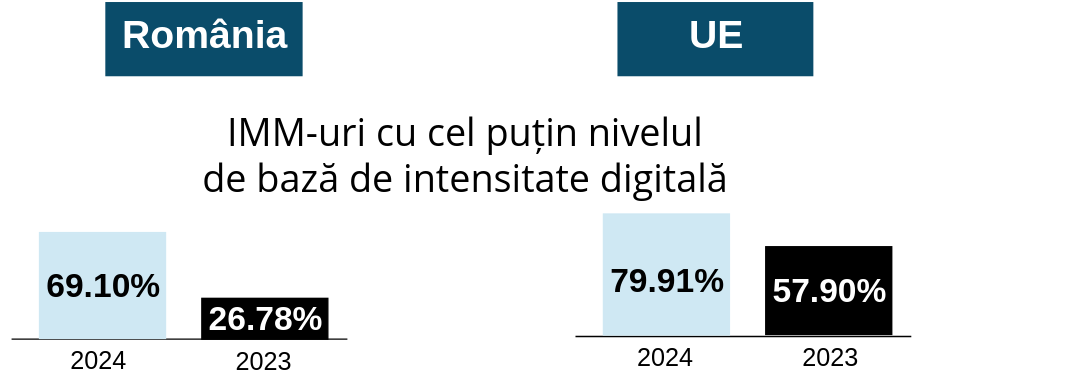
Before: imagini/IMM-Desi.svg, a diagram exported from draw.io (CozminaSecula/IA-Intro-Public). Source tidied: cells renumbered, new cells last; positions are measured from the earlier drawing's top-left corner, leaving out a move shared by most shapes.
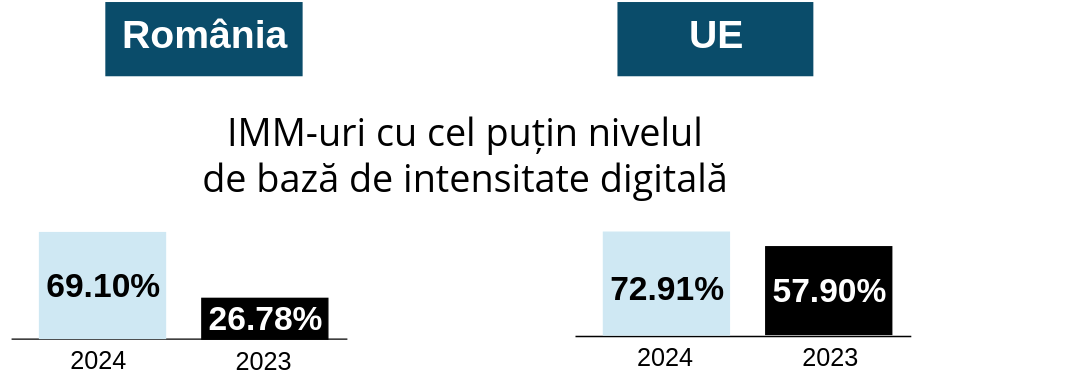
Later version of the same file.

Diff of the diagram source:
```diff
@@ -29,8 +29,8 @@
         <mxPoint x="650.5" y="239.9" as="targetPoint" />
       </mxGeometry>
     </mxCell>
-    <mxCell id="9" value="&lt;div&gt;&lt;font style=&quot;font-size: 24px;&quot;&gt;&lt;b style=&quot;&quot;&gt;&lt;br&gt;&lt;/b&gt;&lt;/font&gt;&lt;/div&gt;&lt;font style=&quot;font-size: 24px;&quot;&gt;&lt;b style=&quot;&quot;&gt;79.91%&lt;/b&gt;&lt;/font&gt;&lt;div&gt;&lt;font style=&quot;font-size: 18px;&quot;&gt;&lt;b&gt;&lt;br&gt;&lt;/b&gt;&lt;/font&gt;&lt;/div&gt;" style="whiteSpace=wrap;html=1;fillColor=#CFE8F3;strokeColor=#CFE8F3;align=center;" parent="2" vertex="1">
-      <mxGeometry x="430.5" y="152.5" width="90" height="86.4" as="geometry" />
+    <mxCell id="9" value="&lt;div&gt;&lt;font style=&quot;font-size: 24px;&quot;&gt;&lt;b style=&quot;&quot;&gt;&lt;br&gt;&lt;/b&gt;&lt;/font&gt;&lt;/div&gt;&lt;font style=&quot;font-size: 24px;&quot;&gt;&lt;b style=&quot;&quot;&gt;72.91%&lt;/b&gt;&lt;/font&gt;&lt;div&gt;&lt;font style=&quot;font-size: 18px;&quot;&gt;&lt;b&gt;&lt;br&gt;&lt;/b&gt;&lt;/font&gt;&lt;/div&gt;" style="whiteSpace=wrap;html=1;fillColor=#CFE8F3;strokeColor=#CFE8F3;align=center;" parent="2" vertex="1">
+      <mxGeometry x="430.5" y="165.5" width="90" height="73.4" as="geometry" />
     </mxCell>
     <mxCell id="10" value="&lt;font style=&quot;color: rgb(255, 255, 255); font-size: 24px;&quot;&gt;&lt;b style=&quot;&quot;&gt;57.90%&lt;/b&gt;&lt;/font&gt;" style="whiteSpace=wrap;html=1;fillColor=#000000;" parent="2" vertex="1">
       <mxGeometry x="546.5" y="175.9" width="90" height="62.6" as="geometry" />
```
